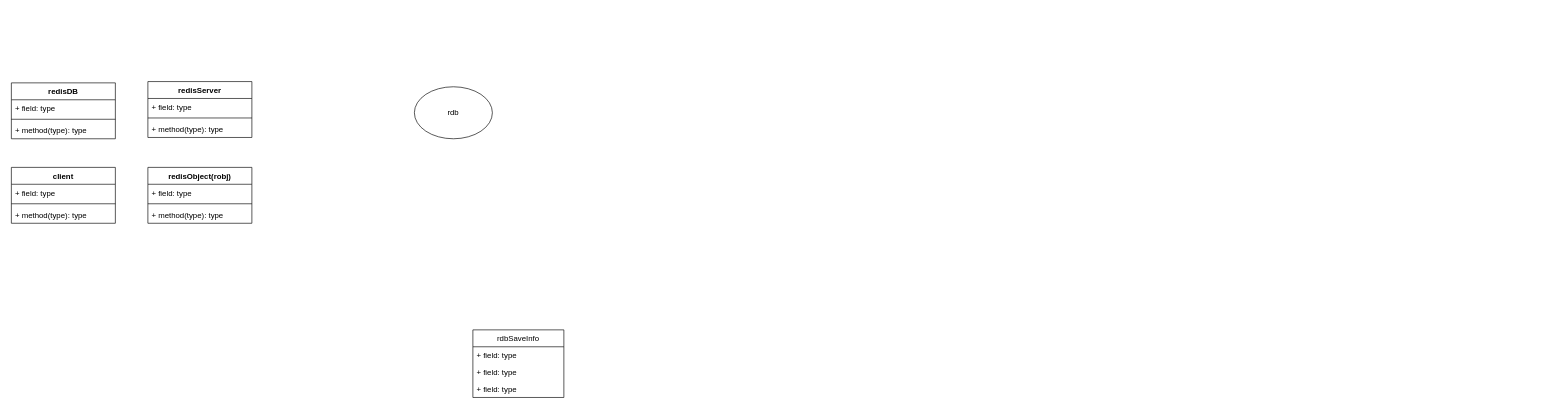
tadsimons/draw keeps this draw.io diagram as page "server" (4 of 7) of redis.drawio. Above is the earlier version. Source tidied: cells renumbered, new cells numbered last; positions are measured from the earlier drawing's top-left corner, leaving out a move shared by most shapes. Both pictures are drawn from the tidied source at 65%, with x=0, y=0 at pixel (11, 81).
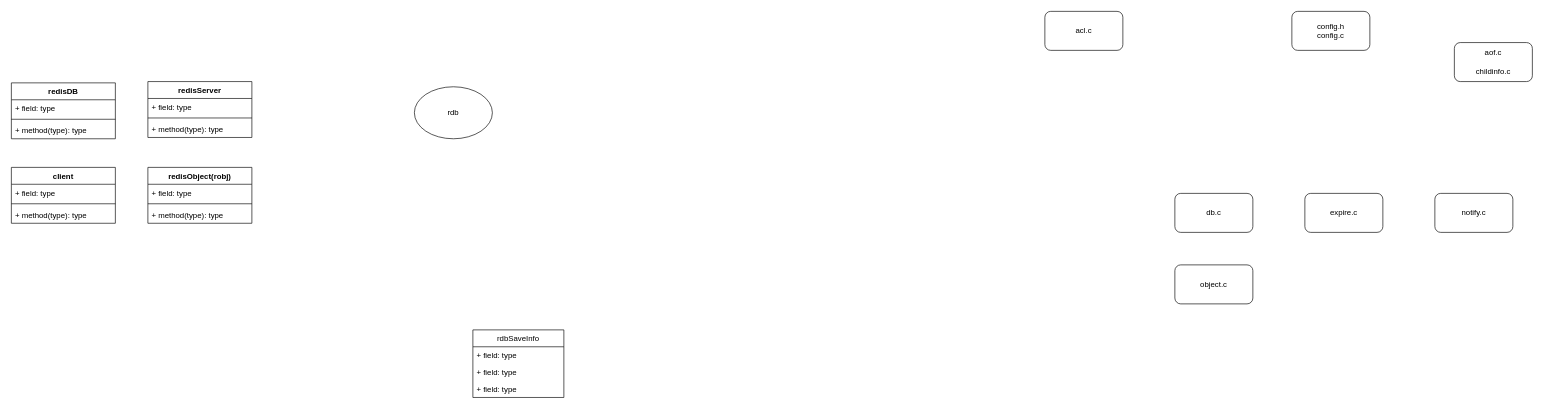
The same diagram, later.

What changed in the source:
```diff
@@
+    <mxCell id="23" value="acl.c" style="rounded=1;whiteSpace=wrap;html=1;strokeColor=#000000;fillColor=#FFFFFF;" parent="1" vertex="1">
+      <mxGeometry x="1590" y="-108" width="120" height="60" as="geometry" />
+    </mxCell>
+    <mxCell id="24" value="db.c" style="rounded=1;whiteSpace=wrap;html=1;" parent="1" vertex="1">
+      <mxGeometry x="1790" y="172" width="120" height="60" as="geometry" />
+    </mxCell>
+    <mxCell id="25" value="expire.c" style="rounded=1;whiteSpace=wrap;html=1;" parent="1" vertex="1">
+      <mxGeometry x="1990" y="172" width="120" height="60" as="geometry" />
+    </mxCell>
+    <mxCell id="26" value="notify.c" style="rounded=1;whiteSpace=wrap;html=1;" parent="1" vertex="1">
+      <mxGeometry x="2190" y="172" width="120" height="60" as="geometry" />
+    </mxCell>
+    <mxCell id="27" value="object.c" style="rounded=1;whiteSpace=wrap;html=1;" parent="1" vertex="1">
+      <mxGeometry x="1790" y="282" width="120" height="60" as="geometry" />
+    </mxCell>
+    <mxCell id="28" value="config.h&lt;br&gt;config.c" style="rounded=1;whiteSpace=wrap;html=1;strokeColor=#000000;fillColor=#FFFFFF;" parent="1" vertex="1">
+      <mxGeometry x="1970" y="-108" width="120" height="60" as="geometry" />
+    </mxCell>
+    <mxCell id="29" value="aof.c&lt;br&gt;&lt;br&gt;childinfo.c" style="rounded=1;whiteSpace=wrap;html=1;strokeColor=#000000;fillColor=#FFFFFF;" parent="1" vertex="1">
+      <mxGeometry x="2220" y="-60" width="120" height="60" as="geometry" />
+    </mxCell>
```
